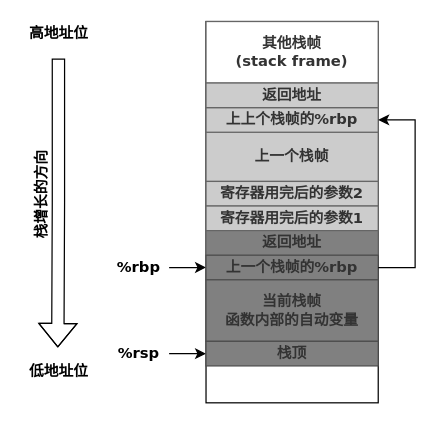
Above: docs/booknotes/debug_hacks/basic/images/frame.drawio in LittleBee1024/learning_book (draw.io), before the change. Source tidied: cells renumbered, new cells numbered last; positions are measured from the earlier drawing's top-left corner, leaving out a move shared by most shapes. Both pictures are drawn from the tidied source at 123%, with x=0, y=0 at pixel (-16, 21).
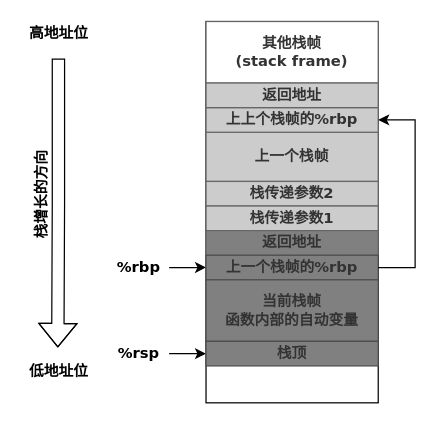
Above is the later version.

What changed in the source:
```diff
@@
-    <mxCell id="9" value="寄存器用完后的参数2" style="rounded=0;whiteSpace=wrap;html=1;shadow=0;fontFamily=Verdana;fillColor=#CCCCCC;strokeColor=#666666;fontColor=#333333;fontStyle=1;" parent="1" vertex="1">
+    <mxCell id="9" value="栈传递参数2" style="rounded=0;whiteSpace=wrap;html=1;shadow=0;fontFamily=Verdana;fillColor=#CCCCCC;strokeColor=#666666;fontColor=#333333;fontStyle=1;" parent="1" vertex="1">
       <mxGeometry x="180" y="130" width="140" height="20" as="geometry" />
     </mxCell>
-    <mxCell id="10" value="寄存器用完后的参数1" style="rounded=0;whiteSpace=wrap;html=1;shadow=0;fontFamily=Verdana;fillColor=#CCCCCC;strokeColor=#666666;fontColor=#333333;fontStyle=1;" parent="1" vertex="1">
+    <mxCell id="10" value="栈传递参数1" style="rounded=0;whiteSpace=wrap;html=1;shadow=0;fontFamily=Verdana;fillColor=#CCCCCC;strokeColor=#666666;fontColor=#333333;fontStyle=1;" parent="1" vertex="1">
       <mxGeometry x="180" y="150" width="140" height="20" as="geometry" />
     </mxCell>
```
